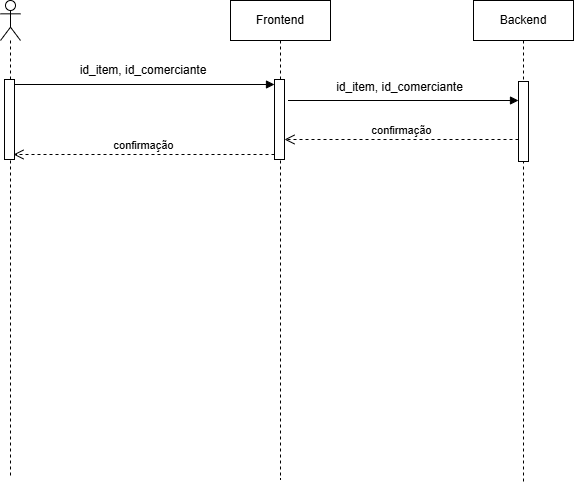
The draw.io diagram doc/diagramas/cadastro_de_inimigo.drawio.png in cp2-dc-info-projeto-final/safigames, before a commit. Source tidied: cells renumbered, new cells last; positions are measured from the earlier drawing's top-left corner, leaving out a move shared by most shapes.
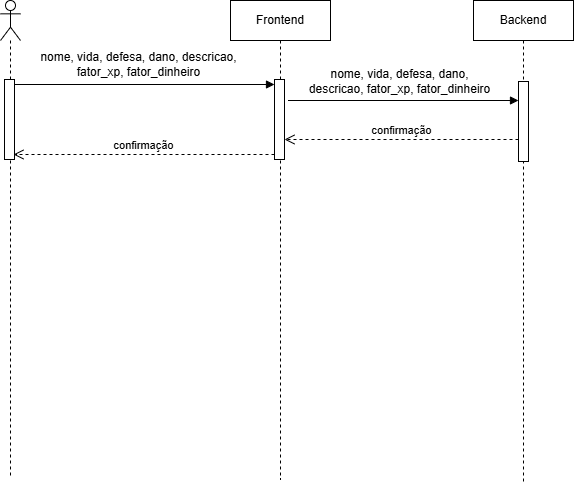
The same diagram one commit later.

What changed in the source:
```diff
@@ -38,11 +38,11 @@
         <mxPoint x="284" y="139" as="targetPoint" />
       </mxGeometry>
     </mxCell>
-    <mxCell id="12" value="id_item, id_comerciante" style="text;html=1;whiteSpace=wrap;strokeColor=none;fillColor=none;align=center;verticalAlign=middle;rounded=0;" parent="1" vertex="1">
-      <mxGeometry x="25" y="55" width="236" height="30" as="geometry" />
+    <mxCell id="12" value="nome, vida, defesa, dano, descricao, fator_xp, fator_dinheiro" style="text;html=1;whiteSpace=wrap;strokeColor=none;fillColor=none;align=center;verticalAlign=middle;rounded=0;" parent="1" vertex="1">
+      <mxGeometry x="15" y="49" width="247" height="30" as="geometry" />
     </mxCell>
-    <mxCell id="13" value="id_item, id_comerciante" style="text;html=1;whiteSpace=wrap;strokeColor=none;fillColor=none;align=center;verticalAlign=middle;rounded=0;labelBackgroundColor=none;" parent="1" vertex="1">
-      <mxGeometry x="305" y="72" width="189" height="30" as="geometry" />
+    <mxCell id="13" value="nome, vida, defesa, dano, descricao, fator_xp, fator_dinheiro" style="text;html=1;whiteSpace=wrap;strokeColor=none;fillColor=none;align=center;verticalAlign=middle;rounded=0;labelBackgroundColor=none;" parent="1" vertex="1">
+      <mxGeometry x="305" y="66" width="189" height="30" as="geometry" />
     </mxCell>
   </root>
 </mxGraphModel>
```
